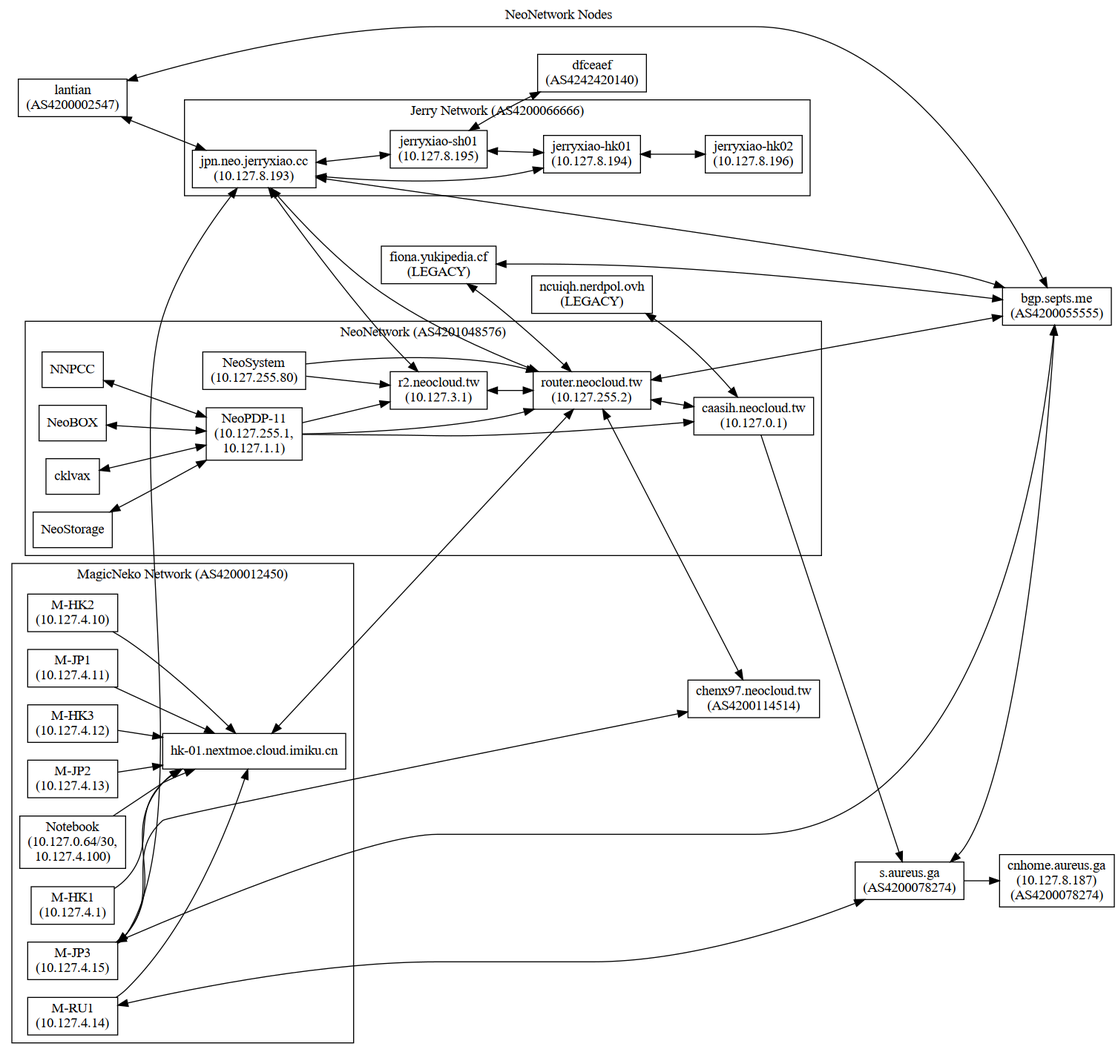
Above: nodes.png in NeoCloud/NeoNetwork (Graphviz), before the change. Its source is kept beside it as nodes.dot.
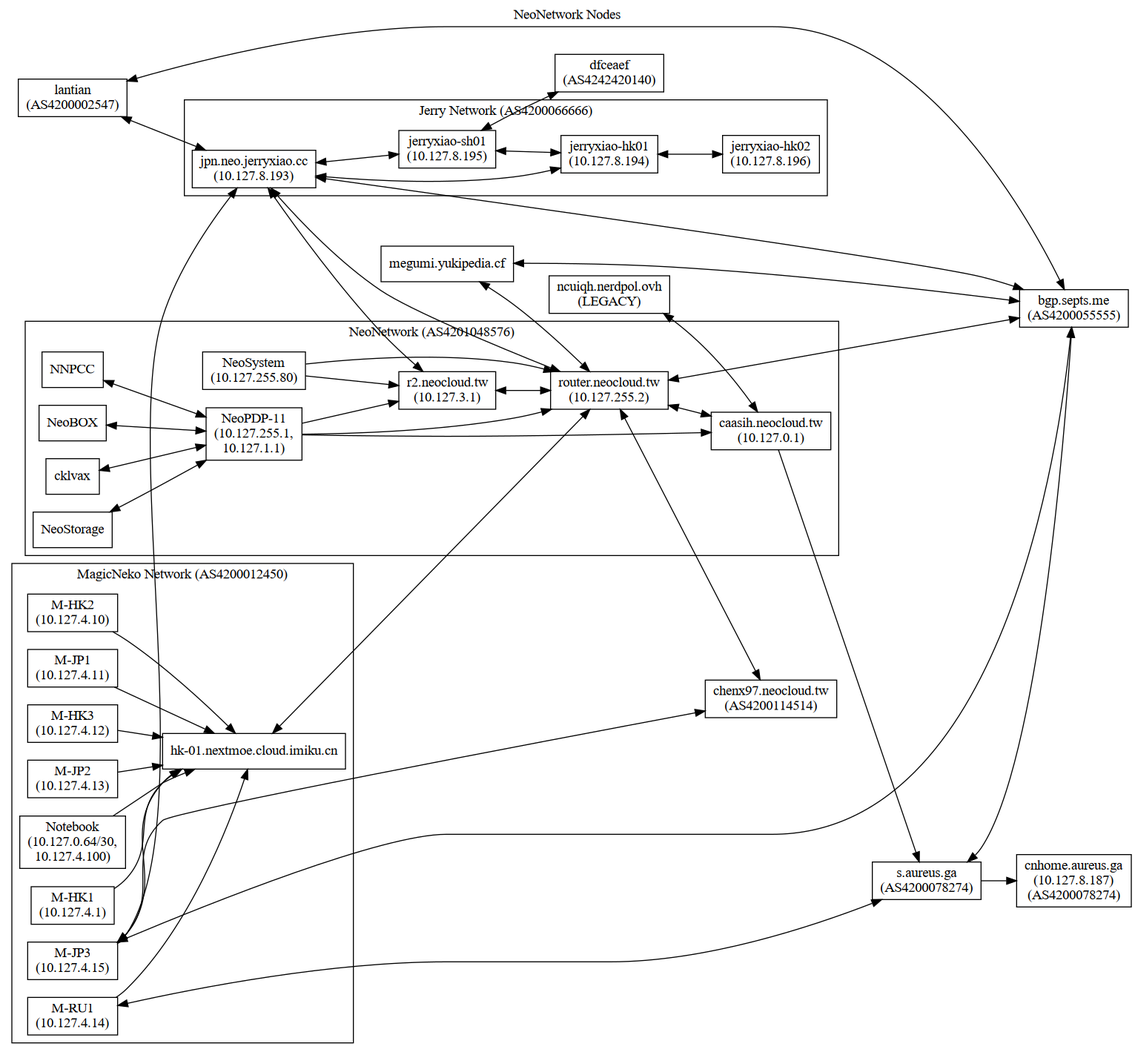
The same file after the commit.

Commit message:
Update server info: fionaLHS -> megumiLHS

Change to the diagram source:
```diff
@@ -9,7 +9,7 @@
 	np11 [label="NeoPDP-11\n(10.127.255.1,\n10.127.1.1)"]
 	ns [label="NeoSystem\n(10.127.255.80)"]
 	ncuiqh [label="ncuiqh.nerdpol.ovh\n(LEGACY)"]
-	fionaLHS [label="fiona.yukipedia.cf\n(LEGACY)"]
+	megumiLHS [label="megumi.yukipedia.cf"]
 	pan [label="r2.neocloud.tw\n(10.127.3.1)"]
 	icecat_Explosion [label="hk-01.nextmoe.cloud.imiku.cn"]
 	icecat_Notebook [label="Notebook\n(10.127.0.64/30,\n10.127.4.100)"]
@@ -49,7 +49,7 @@
 	}
 
 	ncuiqh -> c [dir=both]
-	fionaLHS -> ucbvax [dir=both]
+	megumiLHS -> ucbvax [dir=both]
 	icecat_Explosion -> ucbvax [dir=both]
 	c -> staph
 	staph -> staph_CN
@@ -91,5 +91,5 @@
 	ucbvax -> septs [dir=both]
 	magicneko_JP03 -> chenx97 [dir=both]
 	magicneko_RU01 -> staph [dir=both]
-	fionaLHS -> septs [dir=both]
+	megumiLHS -> septs [dir=both]
 }
```
